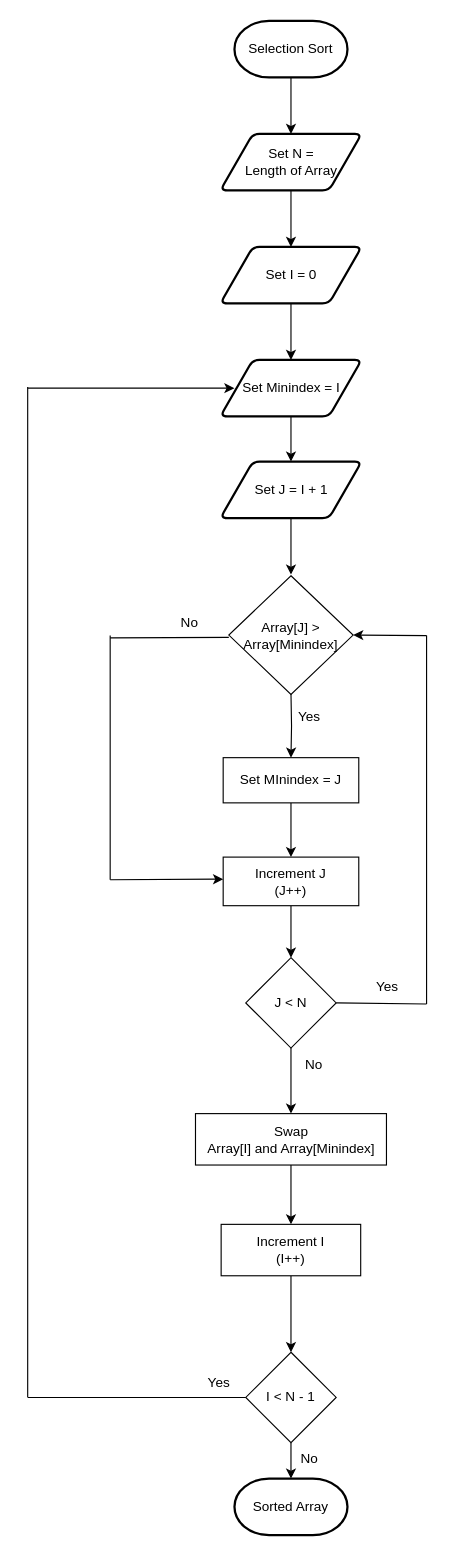
Earlier version of the draw.io diagram Selection sort.drawio (prycilliaedw/prycilliaedw). Source tidied: cells renumbered, new cells numbered last; positions are measured from the earlier drawing's top-left corner, leaving out a move shared by most shapes. Both pictures are drawn from the tidied source at 113%, with x=0, y=0 at pixel (27, 20).
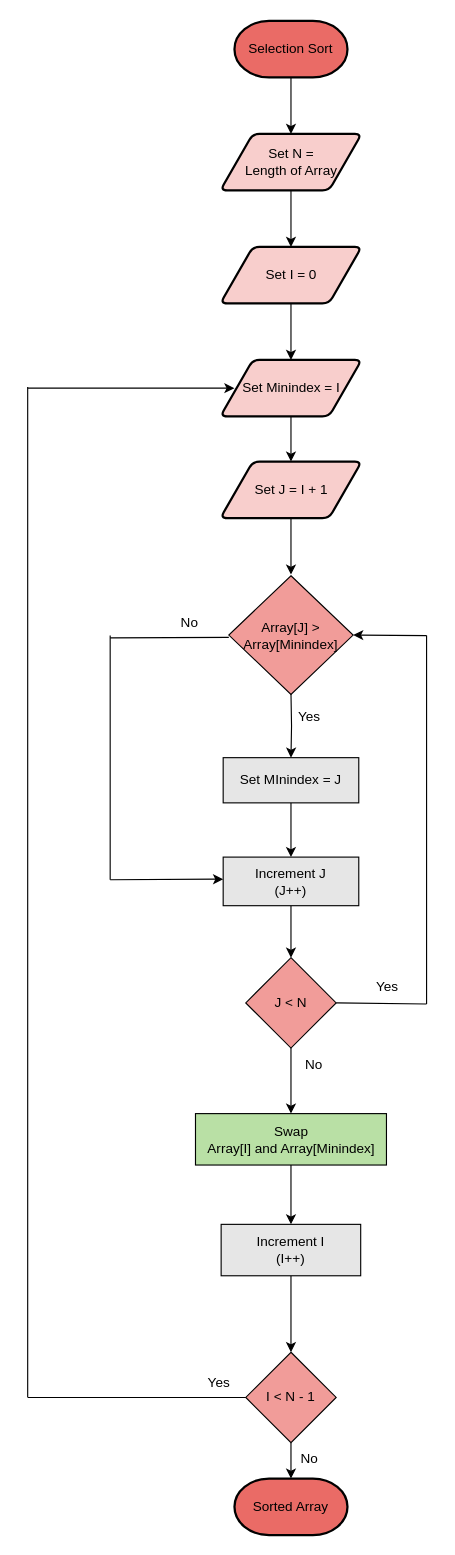
After the change.

Diff of the diagram source:
```diff
@@
-    <mxCell id="3" value="Selection Sort" style="strokeWidth=2;html=1;shape=mxgraph.flowchart.terminator;whiteSpace=wrap;" parent="1" vertex="1">
+    <mxCell id="3" value="Selection Sort" style="strokeWidth=2;html=1;shape=mxgraph.flowchart.terminator;whiteSpace=wrap;fillColor=#EA6B66;" parent="1" vertex="1">
       <mxGeometry x="183" width="100" height="50" as="geometry" />
     </mxCell>
@@
-    <mxCell id="5" value="Set N =&lt;div&gt;Length of Array&lt;/div&gt;" style="shape=parallelogram;html=1;strokeWidth=2;perimeter=parallelogramPerimeter;whiteSpace=wrap;rounded=1;arcSize=12;size=0.23;" parent="1" vertex="1">
+    <mxCell id="5" value="Set N =&lt;div&gt;Length of Array&lt;/div&gt;" style="shape=parallelogram;html=1;strokeWidth=2;perimeter=parallelogramPerimeter;whiteSpace=wrap;rounded=1;arcSize=12;size=0.23;fillColor=#F8CECC;" parent="1" vertex="1">
       <mxGeometry x="170.5" y="100" width="125" height="50" as="geometry" />
     </mxCell>
@@
-    <mxCell id="7" value="Set I = 0" style="shape=parallelogram;html=1;strokeWidth=2;perimeter=parallelogramPerimeter;whiteSpace=wrap;rounded=1;arcSize=12;size=0.23;" parent="1" vertex="1">
+    <mxCell id="7" value="Set I = 0" style="shape=parallelogram;html=1;strokeWidth=2;perimeter=parallelogramPerimeter;whiteSpace=wrap;rounded=1;arcSize=12;size=0.23;fillColor=#F8CECC;" parent="1" vertex="1">
       <mxGeometry x="170.5" y="200" width="125" height="50" as="geometry" />
     </mxCell>
@@
-    <mxCell id="9" value="Set Minindex = I" style="shape=parallelogram;html=1;strokeWidth=2;perimeter=parallelogramPerimeter;whiteSpace=wrap;rounded=1;arcSize=12;size=0.23;" parent="1" vertex="1">
+    <mxCell id="9" value="Set Minindex = I" style="shape=parallelogram;html=1;strokeWidth=2;perimeter=parallelogramPerimeter;whiteSpace=wrap;rounded=1;arcSize=12;size=0.23;fillColor=#F8CECC;" parent="1" vertex="1">
       <mxGeometry x="170.5" y="300" width="125" height="50" as="geometry" />
     </mxCell>
@@
-    <mxCell id="11" value="Set J = I + 1" style="shape=parallelogram;html=1;strokeWidth=2;perimeter=parallelogramPerimeter;whiteSpace=wrap;rounded=1;arcSize=12;size=0.23;" parent="1" vertex="1">
+    <mxCell id="11" value="Set J = I + 1" style="shape=parallelogram;html=1;strokeWidth=2;perimeter=parallelogramPerimeter;whiteSpace=wrap;rounded=1;arcSize=12;size=0.23;fillColor=#F8CECC;" parent="1" vertex="1">
       <mxGeometry x="170.5" y="390" width="125" height="50" as="geometry" />
     </mxCell>
@@
-    <mxCell id="14" value="Set MInindex = J" style="rounded=0;whiteSpace=wrap;html=1;" parent="1" vertex="1">
+    <mxCell id="14" value="Set MInindex = J" style="rounded=0;whiteSpace=wrap;html=1;fillColor=#E6E6E6;" parent="1" vertex="1">
       <mxGeometry x="173" y="652" width="120" height="40" as="geometry" />
     </mxCell>
@@
-    <mxCell id="16" value="Increment J&lt;div&gt;(J++)&lt;/div&gt;" style="rounded=0;whiteSpace=wrap;html=1;" parent="1" vertex="1">
+    <mxCell id="16" value="Increment J&lt;div&gt;(J++)&lt;/div&gt;" style="rounded=0;whiteSpace=wrap;html=1;fillColor=#E6E6E6;" parent="1" vertex="1">
       <mxGeometry x="173" y="740" width="120" height="43" as="geometry" />
     </mxCell>
@@
-    <mxCell id="18" value="J &amp;lt; N" style="rhombus;whiteSpace=wrap;html=1;rounded=0;" parent="1" vertex="1">
+    <mxCell id="18" value="J &amp;lt; N" style="rhombus;whiteSpace=wrap;html=1;rounded=0;fillColor=#F19C99;" parent="1" vertex="1">
       <mxGeometry x="193" y="829" width="80" height="80" as="geometry" />
     </mxCell>
@@
-    <mxCell id="20" value="Swap&lt;div&gt;Array[I] and Array[Minindex]&lt;/div&gt;" style="whiteSpace=wrap;html=1;rounded=0;" parent="1" vertex="1">
+    <mxCell id="20" value="Swap&lt;div&gt;Array[I] and Array[Minindex]&lt;/div&gt;" style="whiteSpace=wrap;html=1;rounded=0;fillColor=#B9E0A5;" parent="1" vertex="1">
       <mxGeometry x="148.5" y="967" width="169" height="45.5" as="geometry" />
     </mxCell>
@@
-    <mxCell id="22" value="Increment I&lt;div&gt;(I++)&lt;/div&gt;" style="whiteSpace=wrap;html=1;rounded=0;" parent="1" vertex="1">
+    <mxCell id="22" value="Increment I&lt;div&gt;(I++)&lt;/div&gt;" style="whiteSpace=wrap;html=1;rounded=0;fillColor=#E6E6E6;" parent="1" vertex="1">
       <mxGeometry x="171.2" y="1065" width="123.5" height="45.5" as="geometry" />
     </mxCell>
@@
-    <mxCell id="24" value="I &amp;lt; N - 1" style="rhombus;whiteSpace=wrap;html=1;rounded=0;" parent="1" vertex="1">
+    <mxCell id="24" value="I &amp;lt; N - 1" style="rhombus;whiteSpace=wrap;html=1;rounded=0;fillColor=#F19C99;" parent="1" vertex="1">
       <mxGeometry x="193" y="1178.2" width="80" height="80" as="geometry" />
     </mxCell>
-    <mxCell id="25" value="Sorted Array" style="strokeWidth=2;html=1;shape=mxgraph.flowchart.terminator;whiteSpace=wrap;" parent="1" vertex="1">
+    <mxCell id="25" value="Sorted Array" style="strokeWidth=2;html=1;shape=mxgraph.flowchart.terminator;whiteSpace=wrap;fillColor=#EA6B66;" parent="1" vertex="1">
       <mxGeometry x="183" y="1290" width="100" height="50" as="geometry" />
     </mxCell>
@@
-    <mxCell id="27" value="Array[J] &amp;gt;&lt;div&gt;Array[Minindex]&lt;/div&gt;" style="rhombus;whiteSpace=wrap;html=1;" parent="1" vertex="1">
+    <mxCell id="27" value="Array[J] &amp;gt;&lt;div&gt;Array[Minindex]&lt;/div&gt;" style="rhombus;whiteSpace=wrap;html=1;fillColor=#F19C99;" parent="1" vertex="1">
       <mxGeometry x="178" y="491" width="110" height="105" as="geometry" />
     </mxCell>
```
